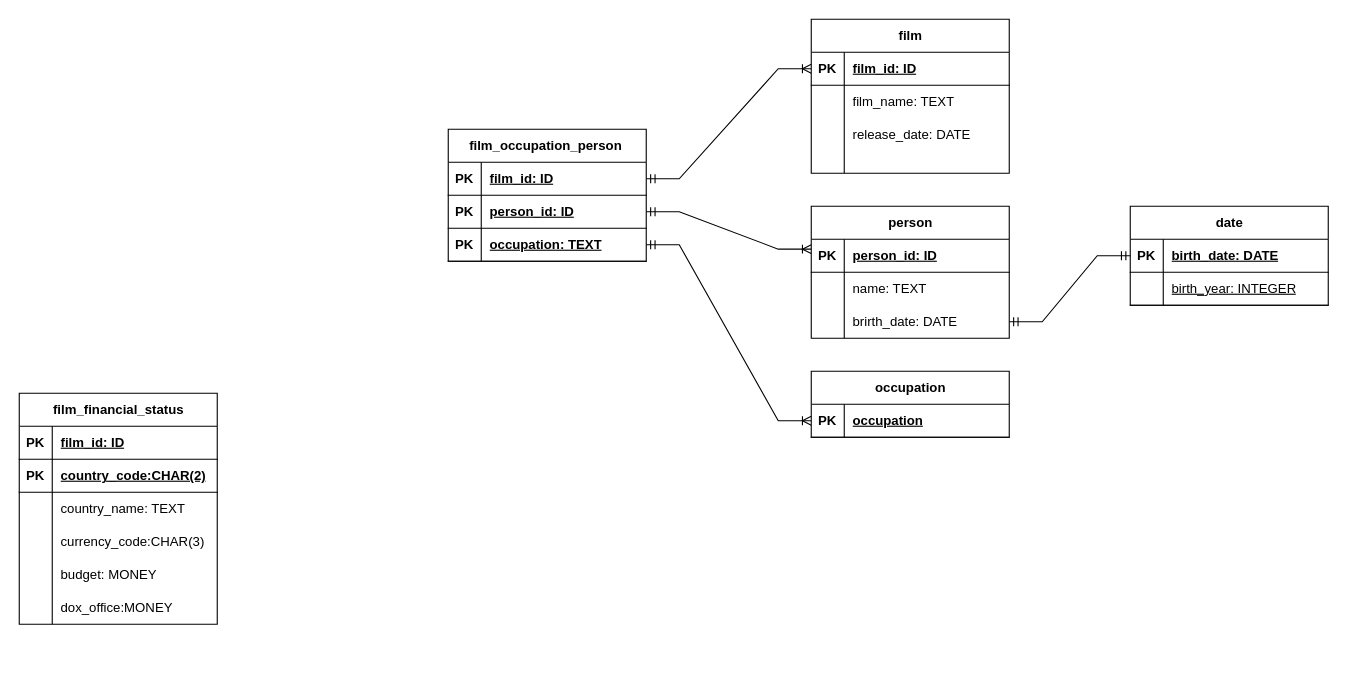
ValentinKonstantinov/-Database keeps this draw.io diagram as lab1/lab1_task2.drawio. Above is the earlier version. Source tidied: cells renumbered, new cells numbered last; positions are measured from the earlier drawing's top-left corner, leaving out a move shared by most shapes. Both pictures are drawn from the tidied source at 110%, with x=0, y=0 at pixel (19, 19).
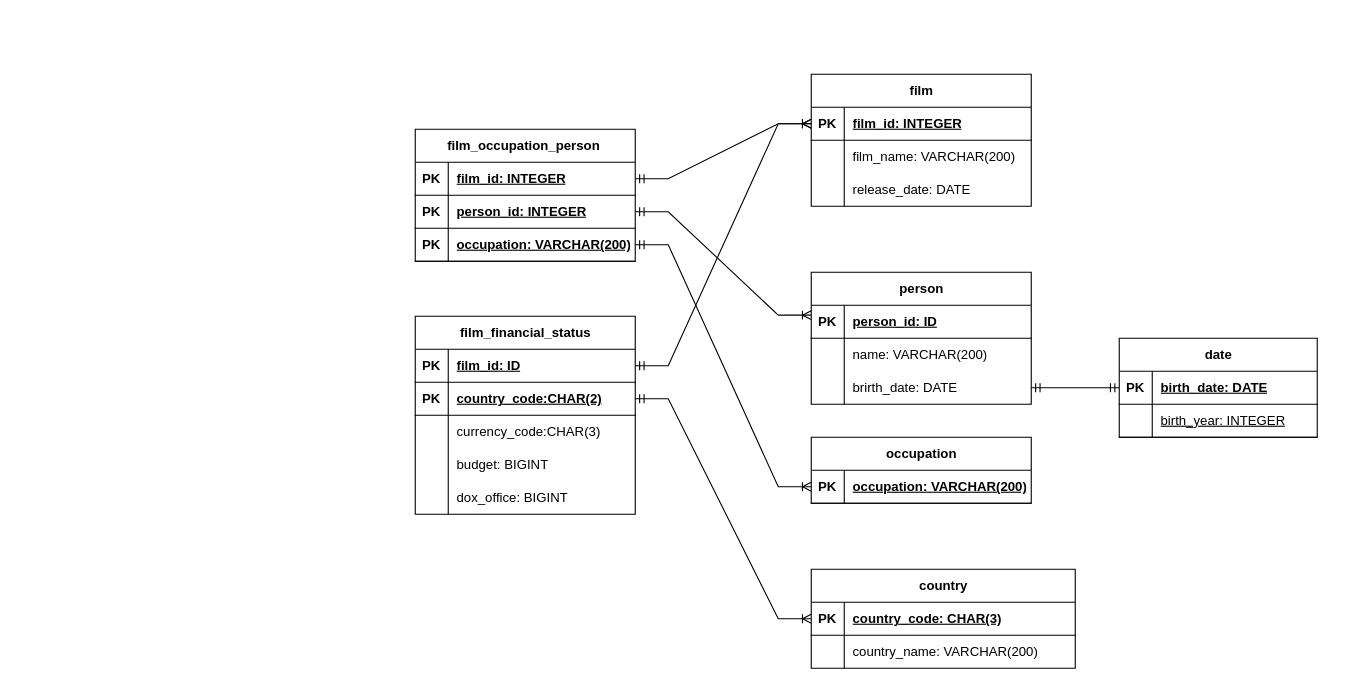
Above is the later version.

Change to the diagram source:
```diff
@@
     <mxCell id="2" value="film" style="shape=table;startSize=30;childLayout=tableLayout;rowLines=0;fontStyle=1;align=center;html=1;" parent="1" vertex="1">
-      <mxGeometry x="720" width="180" height="140" as="geometry" />
+      <mxGeometry x="720" y="50" width="200" height="120" as="geometry" />
     </mxCell>
     <mxCell id="3" style="shape=tableRow;horizontal=0;startSize=0;swimlaneHead=0;swimlaneBody=0;fillColor=none;points=[[0,0.5],[1,0.5]];portConstraint=eastwest;top=0;left=0;right=0;bottom=1;" parent="2" vertex="1">
-      <mxGeometry y="30" width="180" height="30" as="geometry" />
+      <mxGeometry y="30" width="200" height="30" as="geometry" />
     </mxCell>
@@
-    <mxCell id="5" value="film_id: ID" style="shape=partialRectangle;fillColor=none;top=0;left=0;bottom=0;right=0;align=left;spacingLeft=6;fontStyle=5;overflow=hidden;whiteSpace=wrap;html=1;" parent="3" vertex="1">
-      <mxGeometry x="30" width="150" height="30" as="geometry" />
+    <mxCell id="5" value="film_id:&amp;nbsp;INTEGER" style="shape=partialRectangle;fillColor=none;top=0;left=0;bottom=0;right=0;align=left;spacingLeft=6;fontStyle=5;overflow=hidden;whiteSpace=wrap;html=1;" parent="3" vertex="1">
+      <mxGeometry x="30" width="170" height="30" as="geometry" />
     </mxCell>
-    <mxCell id="6" style="shape=tableRow;horizontal=0;startSize=0;swimlaneHead=0;swimlaneBody=0;fillColor=none;top=0;left=0;right=0;bottom=0;" parent="2" vertex="1">
-      <mxGeometry y="60" width="180" height="30" as="geometry" />
-    </mxCell>
-    <mxCell id="7" style="shape=partialRectangle;fillColor=none;top=0;left=0;bottom=0;right=0;overflow=hidden;whiteSpace=wrap;html=1;" parent="6" vertex="1">
-      <mxGeometry width="30" height="30" as="geometry" />
-    </mxCell>
-    <mxCell id="8" value="film_name: TEXT" style="shape=partialRectangle;fillColor=none;top=0;left=0;bottom=0;right=0;align=left;spacingLeft=6;overflow=hidden;whiteSpace=wrap;html=1;" parent="6" vertex="1">
-      <mxGeometry x="30" width="150" height="30" as="geometry" />
-    </mxCell>
+    <mxCell id="69" style="shape=tableRow;horizontal=0;startSize=0;swimlaneHead=0;swimlaneBody=0;fillColor=none;top=0;left=0;right=0;bottom=0;" parent="2" vertex="1">
+      <mxGeometry y="60" width="200" height="30" as="geometry" />
+    </mxCell>
+    <mxCell id="70" style="shape=partialRectangle;fillColor=none;top=0;left=0;bottom=0;right=0;overflow=hidden;whiteSpace=wrap;html=1;" parent="69" vertex="1">
+      <mxGeometry width="30" height="30" as="geometry" />
+    </mxCell>
+    <mxCell id="71" value="film_name:&amp;nbsp;VARCHAR(200)" style="shape=partialRectangle;fillColor=none;top=0;left=0;bottom=0;right=0;align=left;spacingLeft=6;overflow=hidden;whiteSpace=wrap;html=1;" parent="69" vertex="1">
+      <mxGeometry x="30" width="170" height="30" as="geometry" />
+    </mxCell>
     <mxCell id="9" style="shape=tableRow;horizontal=0;startSize=0;swimlaneHead=0;swimlaneBody=0;fillColor=none;top=0;left=0;right=0;bottom=0;" parent="2" vertex="1">
-      <mxGeometry y="90" width="180" height="30" as="geometry" />
+      <mxGeometry y="90" width="200" height="30" as="geometry" />
     </mxCell>
@@
     <mxCell id="11" value="release_date: DATE" style="shape=partialRectangle;fillColor=none;top=0;left=0;bottom=0;right=0;align=left;spacingLeft=6;overflow=hidden;whiteSpace=wrap;html=1;" parent="9" vertex="1">
-      <mxGeometry x="30" width="150" height="30" as="geometry" />
+      <mxGeometry x="30" width="170" height="30" as="geometry" />
     </mxCell>
-    <mxCell id="12" style="shape=tableRow;horizontal=0;startSize=0;swimlaneHead=0;swimlaneBody=0;fillColor=none;top=0;left=0;right=0;bottom=0;" parent="2" vertex="1">
-      <mxGeometry y="120" width="180" height="20" as="geometry" />
-    </mxCell>
-    <mxCell id="13" style="shape=partialRectangle;fillColor=none;top=0;left=0;bottom=0;right=0;overflow=hidden;whiteSpace=wrap;html=1;" parent="12" vertex="1">
-      <mxGeometry width="30" height="20" as="geometry" />
-    </mxCell>
-    <mxCell id="14" style="shape=partialRectangle;fillColor=none;top=0;left=0;bottom=0;right=0;align=left;spacingLeft=6;overflow=hidden;whiteSpace=wrap;html=1;" parent="12" vertex="1">
-      <mxGeometry x="30" width="150" height="20" as="geometry" />
-    </mxCell>
     <mxCell id="15" value="person" style="shape=table;startSize=30;childLayout=tableLayout;rowLines=0;fontStyle=1;align=center;html=1;" parent="1" vertex="1">
-      <mxGeometry x="720" y="170" width="180" height="120" as="geometry" />
+      <mxGeometry x="720" y="230" width="200" height="120" as="geometry" />
     </mxCell>
     <mxCell id="16" style="shape=tableRow;horizontal=0;startSize=0;swimlaneHead=0;swimlaneBody=0;fillColor=none;points=[[0,0.5],[1,0.5]];portConstraint=eastwest;top=0;left=0;right=0;bottom=1;" parent="15" vertex="1">
-      <mxGeometry y="30" width="180" height="30" as="geometry" />
+      <mxGeometry y="30" width="200" height="30" as="geometry" />
     </mxCell>
@@
     <mxCell id="18" value="person_id: ID" style="shape=partialRectangle;fillColor=none;top=0;left=0;bottom=0;right=0;align=left;spacingLeft=6;fontStyle=5;overflow=hidden;whiteSpace=wrap;html=1;" parent="16" vertex="1">
-      <mxGeometry x="30" width="150" height="30" as="geometry" />
+      <mxGeometry x="30" width="170" height="30" as="geometry" />
     </mxCell>
     <mxCell id="19" style="shape=tableRow;horizontal=0;startSize=0;swimlaneHead=0;swimlaneBody=0;fillColor=none;top=0;left=0;right=0;bottom=0;" parent="15" vertex="1">
-      <mxGeometry y="60" width="180" height="30" as="geometry" />
+      <mxGeometry y="60" width="200" height="30" as="geometry" />
     </mxCell>
@@
-    <mxCell id="21" value="name: TEXT" style="shape=partialRectangle;fillColor=none;top=0;left=0;bottom=0;right=0;align=left;spacingLeft=6;overflow=hidden;whiteSpace=wrap;html=1;" parent="19" vertex="1">
-      <mxGeometry x="30" width="150" height="30" as="geometry" />
+    <mxCell id="21" value="name:&amp;nbsp;VARCHAR(200)" style="shape=partialRectangle;fillColor=none;top=0;left=0;bottom=0;right=0;align=left;spacingLeft=6;overflow=hidden;whiteSpace=wrap;html=1;" parent="19" vertex="1">
+      <mxGeometry x="30" width="170" height="30" as="geometry" />
     </mxCell>
     <mxCell id="22" style="shape=tableRow;horizontal=0;startSize=0;swimlaneHead=0;swimlaneBody=0;fillColor=none;points=[[0,0.5],[1,0.5]];portConstraint=eastwest;top=0;left=0;right=0;bottom=0;" parent="15" vertex="1">
-      <mxGeometry y="90" width="180" height="30" as="geometry" />
+      <mxGeometry y="90" width="200" height="30" as="geometry" />
     </mxCell>
@@
     <mxCell id="24" value="brirth_date: DATE" style="shape=partialRectangle;fillColor=none;top=0;left=0;bottom=0;right=0;align=left;spacingLeft=6;overflow=hidden;whiteSpace=wrap;html=1;" parent="22" vertex="1">
-      <mxGeometry x="30" width="150" height="30" as="geometry" />
+      <mxGeometry x="30" width="170" height="30" as="geometry" />
     </mxCell>
     <mxCell id="25" value="film_financial_status" style="shape=table;startSize=30;childLayout=tableLayout;rowLines=0;fontStyle=1;align=center;html=1;" parent="1" vertex="1">
-      <mxGeometry y="340" width="180" height="210" as="geometry" />
+      <mxGeometry x="360" y="270" width="200" height="180" as="geometry" />
     </mxCell>
     <mxCell id="26" style="shape=tableRow;horizontal=0;startSize=0;swimlaneHead=0;swimlaneBody=0;fillColor=none;points=[[0,0.5],[1,0.5]];portConstraint=eastwest;top=0;left=0;right=0;bottom=1;" parent="25" vertex="1">
-      <mxGeometry y="30" width="180" height="30" as="geometry" />
+      <mxGeometry y="30" width="200" height="30" as="geometry" />
     </mxCell>
@@
     <mxCell id="28" value="film_id: ID" style="shape=partialRectangle;fillColor=none;top=0;left=0;bottom=0;right=0;align=left;spacingLeft=6;fontStyle=5;overflow=hidden;whiteSpace=wrap;html=1;" parent="26" vertex="1">
-      <mxGeometry x="30" width="150" height="30" as="geometry" />
+      <mxGeometry x="30" width="170" height="30" as="geometry" />
     </mxCell>
     <mxCell id="29" style="shape=tableRow;horizontal=0;startSize=0;swimlaneHead=0;swimlaneBody=0;fillColor=none;points=[[0,0.5],[1,0.5]];portConstraint=eastwest;top=0;left=0;right=0;bottom=1;" parent="25" vertex="1">
-      <mxGeometry y="60" width="180" height="30" as="geometry" />
+      <mxGeometry y="60" width="200" height="30" as="geometry" />
     </mxCell>
@@
     <mxCell id="31" value="country_code:CHAR(2)" style="shape=partialRectangle;fillColor=none;top=0;left=0;bottom=0;right=0;align=left;spacingLeft=6;fontStyle=5;overflow=hidden;whiteSpace=wrap;html=1;" parent="29" vertex="1">
-      <mxGeometry x="30" width="150" height="30" as="geometry" />
+      <mxGeometry x="30" width="170" height="30" as="geometry" />
     </mxCell>
-    <mxCell id="32" style="shape=tableRow;horizontal=0;startSize=0;swimlaneHead=0;swimlaneBody=0;fillColor=none;top=0;left=0;right=0;bottom=0;" parent="25" vertex="1">
-      <mxGeometry y="90" width="180" height="30" as="geometry" />
-    </mxCell>
-    <mxCell id="33" style="shape=partialRectangle;fillColor=none;top=0;left=0;bottom=0;right=0;overflow=hidden;whiteSpace=wrap;html=1;" parent="32" vertex="1">
-      <mxGeometry width="30" height="30" as="geometry" />
-    </mxCell>
-    <mxCell id="34" value="country_name: TEXT" style="shape=partialRectangle;fillColor=none;top=0;left=0;bottom=0;right=0;align=left;spacingLeft=6;overflow=hidden;whiteSpace=wrap;html=1;" parent="32" vertex="1">
-      <mxGeometry x="30" width="150" height="30" as="geometry" />
-    </mxCell>
     <mxCell id="35" style="shape=tableRow;horizontal=0;startSize=0;swimlaneHead=0;swimlaneBody=0;fillColor=none;top=0;left=0;right=0;bottom=0;" parent="25" vertex="1">
-      <mxGeometry y="120" width="180" height="30" as="geometry" />
+      <mxGeometry y="90" width="200" height="30" as="geometry" />
     </mxCell>
@@
     <mxCell id="37" value="currency_code:CHAR(3)" style="shape=partialRectangle;fillColor=none;top=0;left=0;bottom=0;right=0;align=left;spacingLeft=6;overflow=hidden;whiteSpace=wrap;html=1;" parent="35" vertex="1">
-      <mxGeometry x="30" width="150" height="30" as="geometry" />
+      <mxGeometry x="30" width="170" height="30" as="geometry" />
     </mxCell>
     <mxCell id="38" style="shape=tableRow;horizontal=0;startSize=0;swimlaneHead=0;swimlaneBody=0;fillColor=none;top=0;left=0;right=0;bottom=0;" parent="25" vertex="1">
-      <mxGeometry y="150" width="180" height="30" as="geometry" />
+      <mxGeometry y="120" width="200" height="30" as="geometry" />
     </mxCell>
@@
-    <mxCell id="40" value="budget: MONEY" style="shape=partialRectangle;fillColor=none;top=0;left=0;bottom=0;right=0;align=left;spacingLeft=6;overflow=hidden;whiteSpace=wrap;html=1;" parent="38" vertex="1">
-      <mxGeometry x="30" width="150" height="30" as="geometry" />
+    <mxCell id="40" value="budget: BIGINT" style="shape=partialRectangle;fillColor=none;top=0;left=0;bottom=0;right=0;align=left;spacingLeft=6;overflow=hidden;whiteSpace=wrap;html=1;" parent="38" vertex="1">
+      <mxGeometry x="30" width="170" height="30" as="geometry" />
     </mxCell>
     <mxCell id="41" style="shape=tableRow;horizontal=0;startSize=0;swimlaneHead=0;swimlaneBody=0;fillColor=none;top=0;left=0;right=0;bottom=0;" parent="25" vertex="1">
-      <mxGeometry y="180" width="180" height="30" as="geometry" />
+      <mxGeometry y="150" width="200" height="30" as="geometry" />
     </mxCell>
@@
-    <mxCell id="43" value="dox_office:MONEY" style="shape=partialRectangle;fillColor=none;top=0;left=0;bottom=0;right=0;align=left;spacingLeft=6;overflow=hidden;whiteSpace=wrap;html=1;" parent="41" vertex="1">
-      <mxGeometry x="30" width="150" height="30" as="geometry" />
+    <mxCell id="43" value="dox_office: BIGINT" style="shape=partialRectangle;fillColor=none;top=0;left=0;bottom=0;right=0;align=left;spacingLeft=6;overflow=hidden;whiteSpace=wrap;html=1;" parent="41" vertex="1">
+      <mxGeometry x="30" width="170" height="30" as="geometry" />
     </mxCell>
     <mxCell id="44" value="date" style="shape=table;startSize=30;childLayout=tableLayout;rowLines=0;fontStyle=1;align=center;html=1;" parent="1" vertex="1">
-      <mxGeometry x="1010" y="170" width="180" height="90" as="geometry" />
+      <mxGeometry x="1000" y="290" width="180" height="90" as="geometry" />
     </mxCell>
@@
     <mxCell id="51" value="film_occupation_person&amp;nbsp;" style="shape=table;startSize=30;childLayout=tableLayout;rowLines=0;fontStyle=1;align=center;html=1;" parent="1" vertex="1">
-      <mxGeometry x="390" y="100" width="180" height="120" as="geometry" />
+      <mxGeometry x="360" y="100" width="200" height="120" as="geometry" />
     </mxCell>
     <mxCell id="52" style="shape=tableRow;horizontal=0;startSize=0;swimlaneHead=0;swimlaneBody=0;fillColor=none;points=[[0,0.5],[1,0.5]];portConstraint=eastwest;top=0;left=0;right=0;bottom=1;" parent="51" vertex="1">
-      <mxGeometry y="30" width="180" height="30" as="geometry" />
+      <mxGeometry y="30" width="200" height="30" as="geometry" />
     </mxCell>
@@
-    <mxCell id="54" value="film_id: ID" style="shape=partialRectangle;fillColor=none;top=0;left=0;bottom=0;right=0;align=left;spacingLeft=6;fontStyle=5;overflow=hidden;whiteSpace=wrap;html=1;" parent="52" vertex="1">
-      <mxGeometry x="30" width="150" height="30" as="geometry" />
+    <mxCell id="54" value="film_id:&amp;nbsp;INTEGER" style="shape=partialRectangle;fillColor=none;top=0;left=0;bottom=0;right=0;align=left;spacingLeft=6;fontStyle=5;overflow=hidden;whiteSpace=wrap;html=1;" parent="52" vertex="1">
+      <mxGeometry x="30" width="170" height="30" as="geometry" />
     </mxCell>
     <mxCell id="55" style="shape=tableRow;horizontal=0;startSize=0;swimlaneHead=0;swimlaneBody=0;fillColor=none;points=[[0,0.5],[1,0.5]];portConstraint=eastwest;top=0;left=0;right=0;bottom=1;" parent="51" vertex="1">
-      <mxGeometry y="60" width="180" height="30" as="geometry" />
+      <mxGeometry y="60" width="200" height="30" as="geometry" />
     </mxCell>
@@
-    <mxCell id="57" value="person_id: ID" style="shape=partialRectangle;fillColor=none;top=0;left=0;bottom=0;right=0;align=left;spacingLeft=6;fontStyle=5;overflow=hidden;whiteSpace=wrap;html=1;" parent="55" vertex="1">
-      <mxGeometry x="30" width="150" height="30" as="geometry" />
+    <mxCell id="57" value="person_id:&amp;nbsp;INTEGER" style="shape=partialRectangle;fillColor=none;top=0;left=0;bottom=0;right=0;align=left;spacingLeft=6;fontStyle=5;overflow=hidden;whiteSpace=wrap;html=1;" parent="55" vertex="1">
+      <mxGeometry x="30" width="170" height="30" as="geometry" />
     </mxCell>
     <mxCell id="58" style="shape=tableRow;horizontal=0;startSize=0;swimlaneHead=0;swimlaneBody=0;fillColor=none;points=[[0,0.5],[1,0.5]];portConstraint=eastwest;top=0;left=0;right=0;bottom=1;" parent="51" vertex="1">
-      <mxGeometry y="90" width="180" height="30" as="geometry" />
+      <mxGeometry y="90" width="200" height="30" as="geometry" />
     </mxCell>
@@
-    <mxCell id="60" value="occupation: TEXT" style="shape=partialRectangle;fillColor=none;top=0;left=0;bottom=0;right=0;align=left;spacingLeft=6;fontStyle=5;overflow=hidden;whiteSpace=wrap;html=1;" parent="58" vertex="1">
-      <mxGeometry x="30" width="150" height="30" as="geometry" />
+    <mxCell id="60" value="occupation: VARCHAR(200)" style="shape=partialRectangle;fillColor=none;top=0;left=0;bottom=0;right=0;align=left;spacingLeft=6;fontStyle=5;overflow=hidden;whiteSpace=wrap;html=1;" parent="58" vertex="1">
+      <mxGeometry x="30" width="170" height="30" as="geometry" />
     </mxCell>
     <mxCell id="61" value="occupation" style="shape=table;startSize=30;childLayout=tableLayout;rowLines=0;fontStyle=1;align=center;html=1;" parent="1" vertex="1">
-      <mxGeometry x="720" y="320" width="180" height="60" as="geometry" />
+      <mxGeometry x="720" y="380" width="200" height="60" as="geometry" />
     </mxCell>
     <mxCell id="62" style="shape=tableRow;horizontal=0;startSize=0;swimlaneHead=0;swimlaneBody=0;fillColor=none;points=[[0,0.5],[1,0.5]];portConstraint=eastwest;top=0;left=0;right=0;bottom=1;" parent="61" vertex="1">
-      <mxGeometry y="30" width="180" height="30" as="geometry" />
+      <mxGeometry y="30" width="200" height="30" as="geometry" />
     </mxCell>
@@
-    <mxCell id="64" value="occupation" style="shape=partialRectangle;fillColor=none;top=0;left=0;bottom=0;right=0;align=left;spacingLeft=6;fontStyle=5;overflow=hidden;whiteSpace=wrap;html=1;" parent="62" vertex="1">
-      <mxGeometry x="30" width="150" height="30" as="geometry" />
+    <mxCell id="64" value="occupation: VARCHAR(200)" style="shape=partialRectangle;fillColor=none;top=0;left=0;bottom=0;right=0;align=left;spacingLeft=6;fontStyle=5;overflow=hidden;whiteSpace=wrap;html=1;" parent="62" vertex="1">
+      <mxGeometry x="30" width="170" height="30" as="geometry" />
     </mxCell>
@@
+    <mxCell id="72" value="country" style="shape=table;startSize=30;childLayout=tableLayout;rowLines=0;fontStyle=1;align=center;html=1;" parent="1" vertex="1">
+      <mxGeometry x="720" y="500" width="240" height="90" as="geometry" />
+    </mxCell>
+    <mxCell id="73" style="shape=tableRow;horizontal=0;startSize=0;swimlaneHead=0;swimlaneBody=0;fillColor=none;points=[[0,0.5],[1,0.5]];portConstraint=eastwest;top=0;left=0;right=0;bottom=1;" parent="72" vertex="1">
+      <mxGeometry y="30" width="240" height="30" as="geometry" />
+    </mxCell>
+    <mxCell id="74" value="PK" style="shape=partialRectangle;fillColor=none;top=0;left=0;bottom=0;right=0;fontStyle=1;overflow=hidden;whiteSpace=wrap;html=1;" parent="73" vertex="1">
+      <mxGeometry width="30" height="30" as="geometry" />
+    </mxCell>
+    <mxCell id="75" value="country_code: CHAR(3)" style="shape=partialRectangle;fillColor=none;top=0;left=0;bottom=0;right=0;align=left;spacingLeft=6;fontStyle=5;overflow=hidden;whiteSpace=wrap;html=1;" parent="73" vertex="1">
+      <mxGeometry x="30" width="210" height="30" as="geometry" />
+    </mxCell>
+    <mxCell id="76" style="shape=tableRow;horizontal=0;startSize=0;swimlaneHead=0;swimlaneBody=0;fillColor=none;top=0;left=0;right=0;bottom=0;" parent="72" vertex="1">
+      <mxGeometry y="60" width="240" height="30" as="geometry" />
+    </mxCell>
+    <mxCell id="77" style="shape=partialRectangle;fillColor=none;top=0;left=0;bottom=0;right=0;overflow=hidden;whiteSpace=wrap;html=1;" parent="76" vertex="1">
+      <mxGeometry width="30" height="30" as="geometry" />
+    </mxCell>
+    <mxCell id="78" value="country_name: VARCHAR(200)" style="shape=partialRectangle;fillColor=none;top=0;left=0;bottom=0;right=0;align=left;spacingLeft=6;overflow=hidden;whiteSpace=wrap;html=1;" parent="76" vertex="1">
+      <mxGeometry x="30" width="210" height="30" as="geometry" />
+    </mxCell>
+    <mxCell id="79" style="edgeStyle=entityRelationEdgeStyle;fontSize=12;html=1;endArrow=ERoneToMany;startArrow=ERmandOne;rounded=0;exitX=1;exitY=0.5;exitDx=0;exitDy=0;entryX=0;entryY=0.5;entryDx=0;entryDy=0;" parent="1" edge="1" source="29" target="73">
+      <mxGeometry relative="1" as="geometry">
+        <Array as="points">
+          <mxPoint x="870" y="538" />
+          <mxPoint x="950" y="543" />
+          <mxPoint x="910" y="533" />
+          <mxPoint x="940" y="543" />
+        </Array>
+      </mxGeometry>
+    </mxCell>
+    <mxCell id="80" style="edgeStyle=entityRelationEdgeStyle;fontSize=12;html=1;endArrow=ERoneToMany;startArrow=ERmandOne;rounded=0;exitX=1;exitY=0.5;exitDx=0;exitDy=0;entryX=0;entryY=0.5;entryDx=0;entryDy=0;" parent="1" edge="1" source="26" target="3">
+      <mxGeometry relative="1" as="geometry">
+        <Array as="points">
+          <mxPoint x="870" y="513" />
+          <mxPoint x="950" y="518" />
+          <mxPoint x="910" y="508" />
+          <mxPoint x="940" y="518" />
+        </Array>
+      </mxGeometry>
+    </mxCell>
```
